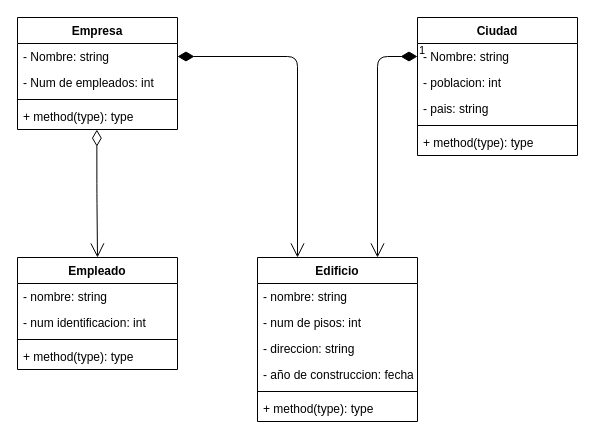
Before: Ejercicio A/UML.drawio in Enriquepardo/Ejercicios-de-agregacion, a draw.io diagram. Source tidied: cells renumbered, new cells numbered last; positions are measured from the earlier drawing's top-left corner, leaving out a move shared by most shapes. Both pictures are drawn from the tidied source at 100%, with x=0, y=0 at pixel (17, 17).
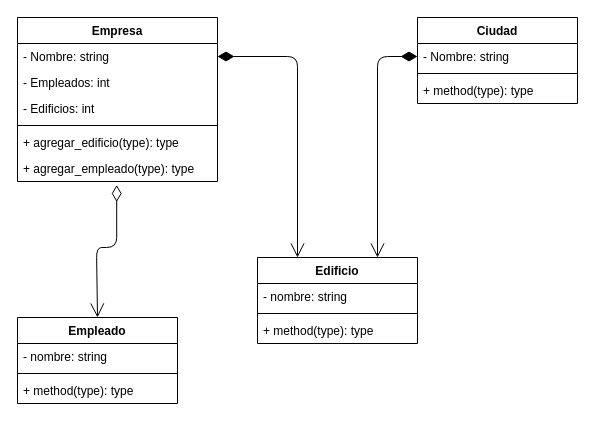
The same page after the edit.

The change refers to these unchanged cells:
```xml
<mxCell id="20" value="- Nombre: string" style="text;strokeColor=none;fillColor=none;align=left;verticalAlign=top;spacingLeft=4;spacingRight=4;overflow=hidden;points=[[0,0.5],[1,0.5]];portConstraint=eastwest;" parent="19" vertex="1">
  <mxGeometry y="26" width="160" height="26" as="geometry" />
</mxCell>
```

Change to the diagram source:
```diff
@@
     <mxCell id="2" value="Empresa" style="swimlane;fontStyle=1;align=center;verticalAlign=top;horizontal=1;startSize=26;" parent="1" vertex="1">
-      <mxGeometry width="160" height="112" as="geometry" />
+      <mxGeometry width="200" height="164" as="geometry" />
     </mxCell>
     <mxCell id="3" value="- Nombre: string" style="text;strokeColor=none;fillColor=none;align=left;verticalAlign=top;spacingLeft=4;spacingRight=4;overflow=hidden;points=[[0,0.5],[1,0.5]];portConstraint=eastwest;" parent="2" vertex="1">
-      <mxGeometry y="26" width="160" height="26" as="geometry" />
+      <mxGeometry y="26" width="200" height="26" as="geometry" />
     </mxCell>
-    <mxCell id="4" value="- Num de empleados: int" style="text;strokeColor=none;fillColor=none;align=left;verticalAlign=top;spacingLeft=4;spacingRight=4;overflow=hidden;" parent="2" vertex="1">
-      <mxGeometry y="52" width="160" height="26" as="geometry" />
+    <mxCell id="4" value="- Empleados: int" style="text;strokeColor=none;fillColor=none;align=left;verticalAlign=top;spacingLeft=4;spacingRight=4;overflow=hidden;" parent="2" vertex="1">
+      <mxGeometry y="52" width="200" height="26" as="geometry" />
     </mxCell>
+    <mxCell id="28" value="- Edificios: int" style="text;strokeColor=none;fillColor=none;align=left;verticalAlign=top;spacingLeft=4;spacingRight=4;overflow=hidden;" parent="2" vertex="1">
+      <mxGeometry y="78" width="200" height="26" as="geometry" />
+    </mxCell>
     <mxCell id="5" style="line;strokeWidth=1;fillColor=none;align=left;verticalAlign=middle;spacingTop=-1;spacingLeft=3;spacingRight=3;labelPosition=right;strokeColor=inherit;" parent="2" vertex="1">
-      <mxGeometry y="78" width="160" height="8" as="geometry" />
+      <mxGeometry y="104" width="200" height="8" as="geometry" />
     </mxCell>
-    <mxCell id="6" value="+ method(type): type" style="text;strokeColor=none;fillColor=none;align=left;verticalAlign=top;spacingLeft=4;spacingRight=4;overflow=hidden;points=[[0,0.5],[1,0.5]];portConstraint=eastwest;" parent="2" vertex="1">
-      <mxGeometry y="86" width="160" height="26" as="geometry" />
+    <mxCell id="6" value="+ agregar_edificio(type): type" style="text;strokeColor=none;fillColor=none;align=left;verticalAlign=top;spacingLeft=4;spacingRight=4;overflow=hidden;points=[[0,0.5],[1,0.5]];portConstraint=eastwest;" parent="2" vertex="1">
+      <mxGeometry y="112" width="200" height="26" as="geometry" />
     </mxCell>
+    <mxCell id="29" value="+ agregar_empleado(type): type" style="text;strokeColor=none;fillColor=none;align=left;verticalAlign=top;spacingLeft=4;spacingRight=4;overflow=hidden;points=[[0,0.5],[1,0.5]];portConstraint=eastwest;" parent="2" vertex="1">
+      <mxGeometry y="138" width="200" height="26" as="geometry" />
+    </mxCell>
     <mxCell id="7" value="Empleado" style="swimlane;fontStyle=1;align=center;verticalAlign=top;horizontal=1;startSize=26;" parent="1" vertex="1">
-      <mxGeometry y="240" width="160" height="112" as="geometry" />
+      <mxGeometry y="300" width="160" height="86" as="geometry" />
     </mxCell>
@@
-    <mxCell id="9" value="- num identificacion: int" style="text;strokeColor=none;fillColor=none;align=left;verticalAlign=top;spacingLeft=4;spacingRight=4;overflow=hidden;" parent="7" vertex="1">
-      <mxGeometry y="52" width="160" height="26" as="geometry" />
-    </mxCell>
     <mxCell id="10" style="line;strokeWidth=1;fillColor=none;align=left;verticalAlign=middle;spacingTop=-1;spacingLeft=3;spacingRight=3;labelPosition=right;strokeColor=inherit;" parent="7" vertex="1">
-      <mxGeometry y="78" width="160" height="8" as="geometry" />
+      <mxGeometry y="52" width="160" height="8" as="geometry" />
     </mxCell>
     <mxCell id="11" value="+ method(type): type" style="text;strokeColor=none;fillColor=none;align=left;verticalAlign=top;spacingLeft=4;spacingRight=4;overflow=hidden;" parent="7" vertex="1">
-      <mxGeometry y="86" width="160" height="26" as="geometry" />
+      <mxGeometry y="60" width="160" height="26" as="geometry" />
     </mxCell>
     <mxCell id="12" value="Edificio" style="swimlane;fontStyle=1;align=center;verticalAlign=top;horizontal=1;startSize=26;" parent="1" vertex="1">
-      <mxGeometry x="240" y="240" width="160" height="164" as="geometry" />
+      <mxGeometry x="240" y="240" width="160" height="86" as="geometry" />
     </mxCell>
@@
-    <mxCell id="14" value="- num de pisos: int" style="text;strokeColor=none;fillColor=none;align=left;verticalAlign=top;spacingLeft=4;spacingRight=4;overflow=hidden;" parent="12" vertex="1">
-      <mxGeometry y="52" width="160" height="26" as="geometry" />
-    </mxCell>
-    <mxCell id="15" value="- direccion: string " style="text;strokeColor=none;fillColor=none;align=left;verticalAlign=top;spacingLeft=4;spacingRight=4;overflow=hidden;" parent="12" vertex="1">
-      <mxGeometry y="78" width="160" height="26" as="geometry" />
-    </mxCell>
-    <mxCell id="16" value="- año de construccion: fecha " style="text;strokeColor=none;fillColor=none;align=left;verticalAlign=top;spacingLeft=4;spacingRight=4;overflow=hidden;" parent="12" vertex="1">
-      <mxGeometry y="104" width="160" height="26" as="geometry" />
-    </mxCell>
     <mxCell id="17" style="line;strokeWidth=1;fillColor=none;align=left;verticalAlign=middle;spacingTop=-1;spacingLeft=3;spacingRight=3;labelPosition=right;strokeColor=inherit;" parent="12" vertex="1">
-      <mxGeometry y="130" width="160" height="8" as="geometry" />
+      <mxGeometry y="52" width="160" height="8" as="geometry" />
     </mxCell>
     <mxCell id="18" value="+ method(type): type" style="text;strokeColor=none;fillColor=none;align=left;verticalAlign=top;spacingLeft=4;spacingRight=4;overflow=hidden;" parent="12" vertex="1">
-      <mxGeometry y="138" width="160" height="26" as="geometry" />
+      <mxGeometry y="60" width="160" height="26" as="geometry" />
     </mxCell>
     <mxCell id="19" value="Ciudad" style="swimlane;fontStyle=1;align=center;verticalAlign=top;horizontal=1;startSize=26;" parent="1" vertex="1">
-      <mxGeometry x="400" width="160" height="138" as="geometry" />
+      <mxGeometry x="400" width="160" height="86" as="geometry" />
     </mxCell>
@@
-    <mxCell id="21" value="- poblacion: int&#10;" style="text;strokeColor=none;fillColor=none;align=left;verticalAlign=top;spacingLeft=4;spacingRight=4;overflow=hidden;" parent="19" vertex="1">
-      <mxGeometry y="52" width="160" height="26" as="geometry" />
-    </mxCell>
-    <mxCell id="22" value="- pais: string" style="text;strokeColor=none;fillColor=none;align=left;verticalAlign=top;spacingLeft=4;spacingRight=4;overflow=hidden;" parent="19" vertex="1">
-      <mxGeometry y="78" width="160" height="26" as="geometry" />
-    </mxCell>
     <mxCell id="23" style="line;strokeWidth=1;fillColor=none;align=left;verticalAlign=middle;spacingTop=-1;spacingLeft=3;spacingRight=3;labelPosition=right;strokeColor=inherit;" parent="19" vertex="1">
-      <mxGeometry y="104" width="160" height="8" as="geometry" />
+      <mxGeometry y="52" width="160" height="8" as="geometry" />
     </mxCell>
     <mxCell id="24" value="+ method(type): type" style="text;strokeColor=none;fillColor=none;align=left;verticalAlign=top;spacingLeft=4;spacingRight=4;overflow=hidden;" parent="19" vertex="1">
-      <mxGeometry y="112" width="160" height="26" as="geometry" />
+      <mxGeometry y="60" width="160" height="26" as="geometry" />
     </mxCell>
@@
-    <mxCell id="26" style="endArrow=open;html=1;endSize=12;startArrow=diamondThin;startSize=14;startFill=0;edgeStyle=orthogonalEdgeStyle;align=left;verticalAlign=bottom;exitX=0.496;exitY=1.006;exitDx=0;exitDy=0;exitPerimeter=0;entryX=0.5;entryY=0;entryDx=0;entryDy=0;" parent="1" edge="1" source="6" target="7">
+    <mxCell id="26" style="endArrow=open;html=1;endSize=12;startArrow=diamondThin;startSize=14;startFill=0;edgeStyle=orthogonalEdgeStyle;align=left;verticalAlign=bottom;entryX=0.5;entryY=0;entryDx=0;entryDy=0;exitX=0.496;exitY=1.135;exitDx=0;exitDy=0;exitPerimeter=0;" parent="1" edge="1" source="29" target="7">
       <mxGeometry x="-0.25" y="42" relative="1" as="geometry">
+        <Array as="points">
+          <mxPoint x="99" y="230" />
+          <mxPoint x="79" y="230" />
+          <mxPoint x="79" y="300" />
+        </Array>
         <mxPoint x="31" y="-13" as="offset" />
       </mxGeometry>
     </mxCell>
-    <mxCell id="27" value="1" style="endArrow=open;html=1;endSize=12;startArrow=diamondThin;startSize=14;startFill=1;edgeStyle=orthogonalEdgeStyle;align=left;verticalAlign=bottom;exitX=0;exitY=0.5;exitDx=0;exitDy=0;entryX=0.75;entryY=0;entryDx=0;entryDy=0;" parent="1" edge="1" source="20" target="12">
-      <mxGeometry x="-1" y="3" relative="1" as="geometry" />
+    <mxCell id="27" style="endArrow=open;html=1;endSize=12;startArrow=diamondThin;startSize=14;startFill=1;edgeStyle=orthogonalEdgeStyle;align=left;verticalAlign=bottom;exitX=0;exitY=0.5;exitDx=0;exitDy=0;entryX=0.75;entryY=0;entryDx=0;entryDy=0;" parent="1" edge="1" source="20" target="12">
+      <mxGeometry x="1" y="85" relative="1" as="geometry">
+        <mxPoint x="-5" y="30" as="offset" />
+      </mxGeometry>
     </mxCell>
```
